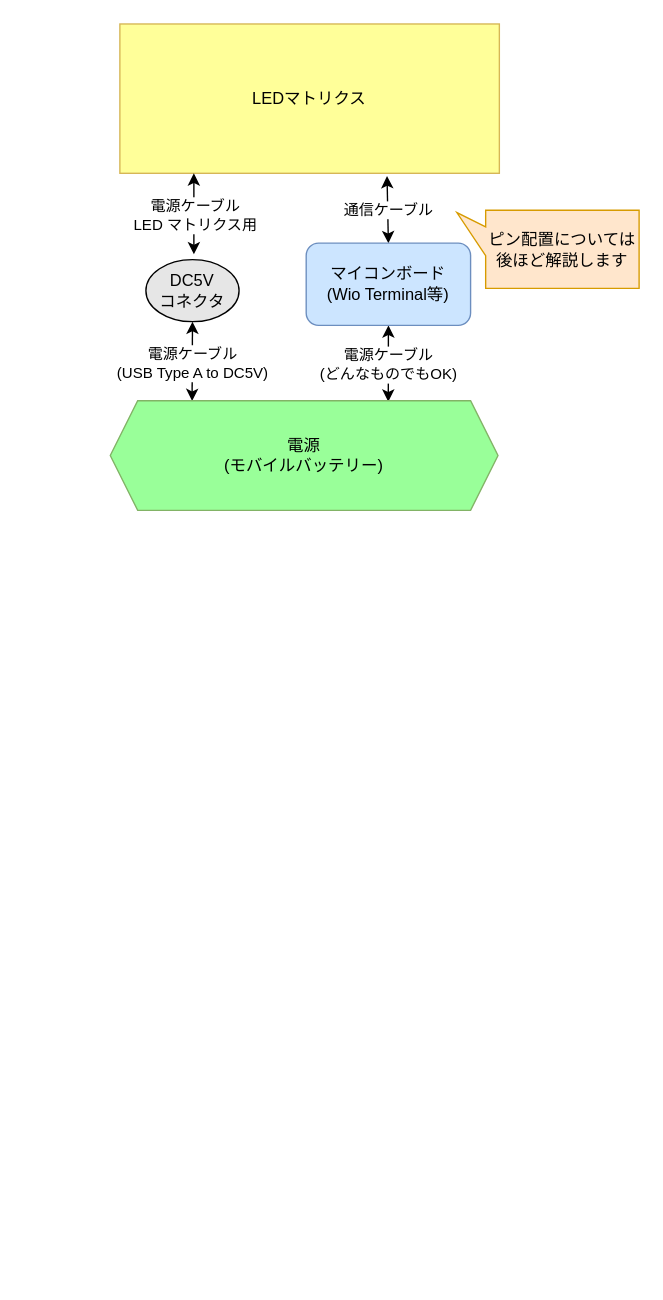
Before: 名称未設定ファイル.drawio in ehime-iyokan/DrawIO, a draw.io diagram. Source tidied: cells renumbered, new cells numbered last; positions are measured from the earlier drawing's top-left corner, leaving out a move shared by most shapes. Both pictures are drawn from the tidied source at 137%, with x=0, y=0 at pixel (110, 23).
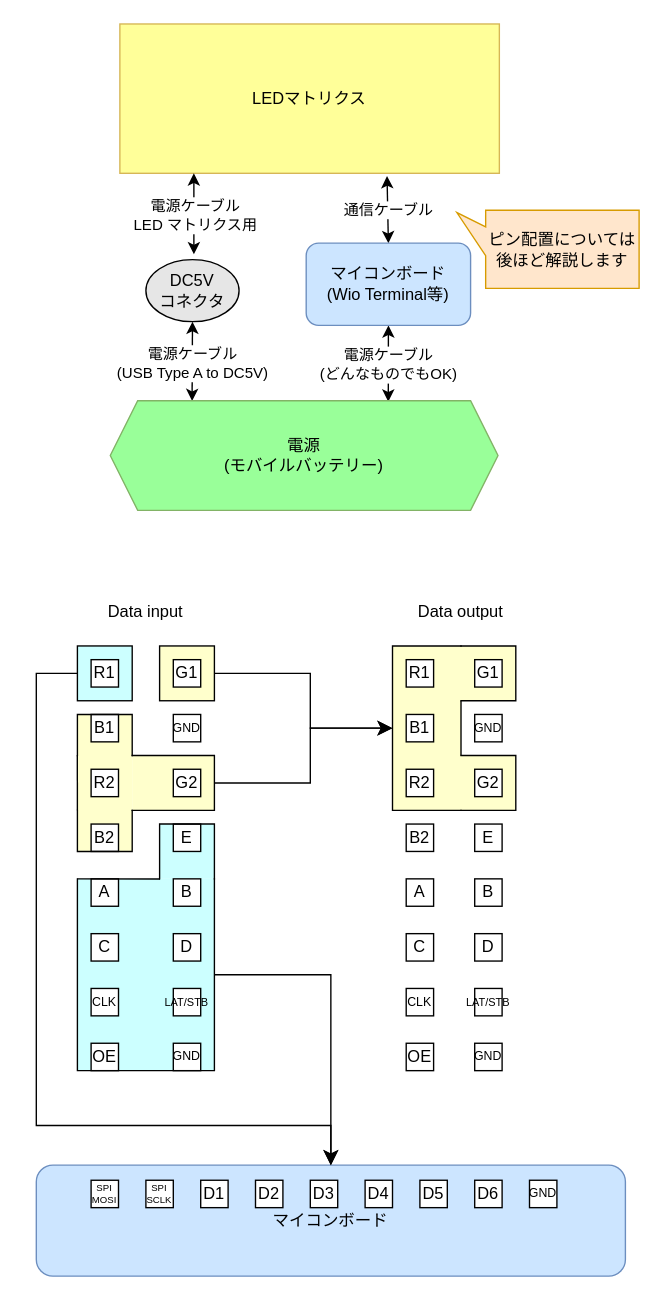
Above is the later version.

Commit message:
ピン配置図を追加

Change to the diagram source:
```diff
@@
+    <mxCell id="15" style="rounded=0;whiteSpace=wrap;html=1;fillColor=#FFFFCC;strokeColor=none;" parent="1" vertex="1">
+      <mxGeometry x="246" y="454" width="50" height="40" as="geometry" />
+    </mxCell>
+    <mxCell id="16" style="rounded=0;whiteSpace=wrap;html=1;fillColor=#FFFFCC;strokeColor=none;" parent="1" vertex="1">
+      <mxGeometry x="246" y="534" width="50" height="40" as="geometry" />
+    </mxCell>
+    <mxCell id="17" style="rounded=0;whiteSpace=wrap;html=1;fillColor=#FFFFCC;strokeColor=none;" parent="1" vertex="1">
+      <mxGeometry x="16" y="534" width="60" height="40" as="geometry" />
+    </mxCell>
+    <mxCell id="18" style="rounded=0;whiteSpace=wrap;html=1;fillColor=#FFFFCC;strokeColor=default;" parent="1" vertex="1">
+      <mxGeometry x="36" y="454" width="40" height="40" as="geometry" />
+    </mxCell>
+    <mxCell id="19" style="rounded=0;whiteSpace=wrap;html=1;fillColor=#FFFFCC;strokeColor=none;" parent="1" vertex="1">
+      <mxGeometry x="-24" y="504" width="40" height="100" as="geometry" />
+    </mxCell>
+    <mxCell id="20" style="rounded=0;whiteSpace=wrap;html=1;fillColor=#CCFFFF;strokeColor=none;" parent="1" vertex="1">
+      <mxGeometry x="36" y="584" width="40" height="40" as="geometry" />
+    </mxCell>
+    <mxCell id="21" style="rounded=0;whiteSpace=wrap;html=1;fillColor=#FFFFCC;strokeColor=none;" parent="1" vertex="1">
+      <mxGeometry x="206" y="454" width="50" height="120" as="geometry" />
+    </mxCell>
+    <mxCell id="22" style="rounded=0;whiteSpace=wrap;html=1;fillColor=#CCFFFF;strokeColor=none;" parent="1" vertex="1">
+      <mxGeometry x="-24" y="624" width="100" height="140" as="geometry" />
+    </mxCell>
+    <mxCell id="23" style="rounded=0;whiteSpace=wrap;html=1;fillColor=#CCFFFF;strokeColor=default;" parent="1" vertex="1">
+      <mxGeometry x="-24" y="454" width="40" height="40" as="geometry" />
+    </mxCell>
+    <mxCell id="24" value="マイコンボード" style="rounded=1;whiteSpace=wrap;html=1;fillColor=#CCE5FF;strokeColor=#6c8ebf;" parent="1" vertex="1">
+      <mxGeometry x="-54" y="833" width="430" height="81" as="geometry" />
+    </mxCell>
@@
+    <mxCell id="25" value="G1" style="rounded=0;whiteSpace=wrap;html=1;" parent="1" vertex="1">
+      <mxGeometry x="46" y="464" width="20" height="20" as="geometry" />
+    </mxCell>
+    <mxCell id="26" value="R1" style="rounded=0;whiteSpace=wrap;html=1;" parent="1" vertex="1">
+      <mxGeometry x="-14" y="464" width="20" height="20" as="geometry" />
+    </mxCell>
+    <mxCell id="27" value="GND" style="rounded=0;whiteSpace=wrap;html=1;fontSize=9;" parent="1" vertex="1">
+      <mxGeometry x="46" y="504" width="20" height="20" as="geometry" />
+    </mxCell>
+    <mxCell id="28" value="B1" style="rounded=0;whiteSpace=wrap;html=1;" parent="1" vertex="1">
+      <mxGeometry x="-14" y="504" width="20" height="20" as="geometry" />
+    </mxCell>
+    <mxCell id="29" value="G2" style="rounded=0;whiteSpace=wrap;html=1;" parent="1" vertex="1">
+      <mxGeometry x="46" y="544" width="20" height="20" as="geometry" />
+    </mxCell>
+    <mxCell id="30" value="R2" style="rounded=0;whiteSpace=wrap;html=1;" parent="1" vertex="1">
+      <mxGeometry x="-14" y="544" width="20" height="20" as="geometry" />
+    </mxCell>
+    <mxCell id="31" value="E" style="rounded=0;whiteSpace=wrap;html=1;" parent="1" vertex="1">
+      <mxGeometry x="46" y="584" width="20" height="20" as="geometry" />
+    </mxCell>
+    <mxCell id="32" value="B2" style="rounded=0;whiteSpace=wrap;html=1;" parent="1" vertex="1">
+      <mxGeometry x="-14" y="584" width="20" height="20" as="geometry" />
+    </mxCell>
+    <mxCell id="33" value="B" style="rounded=0;whiteSpace=wrap;html=1;" parent="1" vertex="1">
+      <mxGeometry x="46" y="624" width="20" height="20" as="geometry" />
+    </mxCell>
+    <mxCell id="34" value="A" style="rounded=0;whiteSpace=wrap;html=1;" parent="1" vertex="1">
+      <mxGeometry x="-14" y="624" width="20" height="20" as="geometry" />
+    </mxCell>
+    <mxCell id="35" value="D" style="rounded=0;whiteSpace=wrap;html=1;" parent="1" vertex="1">
+      <mxGeometry x="46" y="664" width="20" height="20" as="geometry" />
+    </mxCell>
+    <mxCell id="36" value="C" style="rounded=0;whiteSpace=wrap;html=1;" parent="1" vertex="1">
+      <mxGeometry x="-14" y="664" width="20" height="20" as="geometry" />
+    </mxCell>
+    <mxCell id="37" value="LAT/STB" style="rounded=0;whiteSpace=wrap;html=1;fontSize=8;" parent="1" vertex="1">
+      <mxGeometry x="46" y="704" width="20" height="20" as="geometry" />
+    </mxCell>
+    <mxCell id="38" value="CLK" style="rounded=0;whiteSpace=wrap;html=1;fontSize=9;" parent="1" vertex="1">
+      <mxGeometry x="-14" y="704" width="20" height="20" as="geometry" />
+    </mxCell>
+    <mxCell id="39" value="OE" style="rounded=0;whiteSpace=wrap;html=1;" parent="1" vertex="1">
+      <mxGeometry x="-14" y="744" width="20" height="20" as="geometry" />
+    </mxCell>
+    <mxCell id="40" value="Data input" style="whiteSpace=wrap;html=1;strokeColor=none;" parent="1" vertex="1">
+      <mxGeometry x="-34" y="414" width="120" height="30" as="geometry" />
+    </mxCell>
+    <mxCell id="41" value="Data output" style="whiteSpace=wrap;html=1;strokeColor=none;" parent="1" vertex="1">
+      <mxGeometry x="196" y="414" width="120" height="30" as="geometry" />
+    </mxCell>
+    <mxCell id="42" value="GND" style="rounded=0;whiteSpace=wrap;html=1;fontSize=9;" parent="1" vertex="1">
+      <mxGeometry x="46" y="744" width="20" height="20" as="geometry" />
+    </mxCell>
+    <mxCell id="43" value="D2" style="whiteSpace=wrap;html=1;" parent="1" vertex="1">
+      <mxGeometry x="106" y="844" width="20" height="20" as="geometry" />
+    </mxCell>
+    <mxCell id="44" value="D3" style="whiteSpace=wrap;html=1;" parent="1" vertex="1">
+      <mxGeometry x="146" y="844" width="20" height="20" as="geometry" />
+    </mxCell>
+    <mxCell id="45" value="D4" style="whiteSpace=wrap;html=1;" parent="1" vertex="1">
+      <mxGeometry x="186" y="844" width="20" height="20" as="geometry" />
+    </mxCell>
+    <mxCell id="46" value="D5" style="whiteSpace=wrap;html=1;" parent="1" vertex="1">
+      <mxGeometry x="226" y="844" width="20" height="20" as="geometry" />
+    </mxCell>
+    <mxCell id="47" value="D6" style="whiteSpace=wrap;html=1;" parent="1" vertex="1">
+      <mxGeometry x="266" y="844" width="20" height="20" as="geometry" />
+    </mxCell>
+    <mxCell id="48" value="D1" style="whiteSpace=wrap;html=1;" parent="1" vertex="1">
+      <mxGeometry x="66" y="844" width="20" height="20" as="geometry" />
+    </mxCell>
+    <mxCell id="49" value="&lt;div&gt;GND&lt;/div&gt;" style="whiteSpace=wrap;html=1;fontSize=9;" parent="1" vertex="1">
+      <mxGeometry x="306" y="844" width="20" height="20" as="geometry" />
+    </mxCell>
+    <mxCell id="50" value="&lt;div&gt;SPI&lt;/div&gt;&lt;div&gt;SCLK&lt;/div&gt;" style="whiteSpace=wrap;html=1;fontSize=7;" parent="1" vertex="1">
+      <mxGeometry x="26" y="844" width="20" height="20" as="geometry" />
+    </mxCell>
+    <mxCell id="51" value="&lt;div&gt;SPI&lt;/div&gt;&lt;div&gt;MOSI&lt;/div&gt;" style="whiteSpace=wrap;html=1;fontSize=7;" parent="1" vertex="1">
+      <mxGeometry x="-14" y="844" width="20" height="20" as="geometry" />
+    </mxCell>
+    <mxCell id="52" value="G1" style="rounded=0;whiteSpace=wrap;html=1;" parent="1" vertex="1">
+      <mxGeometry x="266" y="464" width="20" height="20" as="geometry" />
+    </mxCell>
+    <mxCell id="53" value="R1" style="rounded=0;whiteSpace=wrap;html=1;" parent="1" vertex="1">
+      <mxGeometry x="216" y="464" width="20" height="20" as="geometry" />
+    </mxCell>
+    <mxCell id="54" value="GND" style="rounded=0;whiteSpace=wrap;html=1;fontSize=9;" parent="1" vertex="1">
+      <mxGeometry x="266" y="504" width="20" height="20" as="geometry" />
+    </mxCell>
+    <mxCell id="55" value="B1" style="rounded=0;whiteSpace=wrap;html=1;" parent="1" vertex="1">
+      <mxGeometry x="216" y="504" width="20" height="20" as="geometry" />
+    </mxCell>
+    <mxCell id="56" value="G2" style="rounded=0;whiteSpace=wrap;html=1;" parent="1" vertex="1">
+      <mxGeometry x="266" y="544" width="20" height="20" as="geometry" />
+    </mxCell>
+    <mxCell id="57" value="R2" style="rounded=0;whiteSpace=wrap;html=1;" parent="1" vertex="1">
+      <mxGeometry x="216" y="544" width="20" height="20" as="geometry" />
+    </mxCell>
+    <mxCell id="58" value="E" style="rounded=0;whiteSpace=wrap;html=1;" parent="1" vertex="1">
+      <mxGeometry x="266" y="584" width="20" height="20" as="geometry" />
+    </mxCell>
+    <mxCell id="59" value="B2" style="rounded=0;whiteSpace=wrap;html=1;" parent="1" vertex="1">
+      <mxGeometry x="216" y="584" width="20" height="20" as="geometry" />
+    </mxCell>
+    <mxCell id="60" value="B" style="rounded=0;whiteSpace=wrap;html=1;" parent="1" vertex="1">
+      <mxGeometry x="266" y="624" width="20" height="20" as="geometry" />
+    </mxCell>
+    <mxCell id="61" value="A" style="rounded=0;whiteSpace=wrap;html=1;" parent="1" vertex="1">
+      <mxGeometry x="216" y="624" width="20" height="20" as="geometry" />
+    </mxCell>
+    <mxCell id="62" value="D" style="rounded=0;whiteSpace=wrap;html=1;" parent="1" vertex="1">
+      <mxGeometry x="266" y="664" width="20" height="20" as="geometry" />
+    </mxCell>
+    <mxCell id="63" value="C" style="rounded=0;whiteSpace=wrap;html=1;" parent="1" vertex="1">
+      <mxGeometry x="216" y="664" width="20" height="20" as="geometry" />
+    </mxCell>
+    <mxCell id="64" value="LAT/STB" style="rounded=0;whiteSpace=wrap;html=1;fontSize=8;" parent="1" vertex="1">
+      <mxGeometry x="266" y="704" width="20" height="20" as="geometry" />
+    </mxCell>
+    <mxCell id="65" value="CLK" style="rounded=0;whiteSpace=wrap;html=1;fontSize=9;" parent="1" vertex="1">
+      <mxGeometry x="216" y="704" width="20" height="20" as="geometry" />
+    </mxCell>
+    <mxCell id="66" value="OE" style="rounded=0;whiteSpace=wrap;html=1;" parent="1" vertex="1">
+      <mxGeometry x="216" y="744" width="20" height="20" as="geometry" />
+    </mxCell>
+    <mxCell id="67" value="GND" style="rounded=0;whiteSpace=wrap;html=1;fontSize=9;" parent="1" vertex="1">
+      <mxGeometry x="266" y="744" width="20" height="20" as="geometry" />
+    </mxCell>
+    <mxCell id="68" style="edgeStyle=orthogonalEdgeStyle;elbow=horizontal;endArrow=classic;html=1;rounded=0;endSize=8;startSize=8;exitX=0;exitY=0.5;exitDx=0;exitDy=0;entryX=0.5;entryY=0;entryDx=0;entryDy=0;" parent="1" edge="1" source="23" target="24">
+      <mxGeometry relative="1" as="geometry">
+        <Array as="points">
+          <mxPoint x="-54" y="474" />
+          <mxPoint x="-54" y="804" />
+          <mxPoint x="161" y="804" />
+        </Array>
+      </mxGeometry>
+    </mxCell>
+    <mxCell id="69" style="edgeStyle=orthogonalEdgeStyle;elbow=horizontal;endArrow=classic;html=1;rounded=0;endSize=8;startSize=8;exitX=1;exitY=0.5;exitDx=0;exitDy=0;entryX=0;entryY=0.5;entryDx=0;entryDy=0;" parent="1" edge="1" source="18" target="21">
+      <mxGeometry relative="1" as="geometry">
+        <Array as="points">
+          <mxPoint x="146" y="474" />
+          <mxPoint x="146" y="514" />
+        </Array>
+      </mxGeometry>
+    </mxCell>
+    <mxCell id="70" style="edgeStyle=orthogonalEdgeStyle;elbow=horizontal;endArrow=classic;html=1;rounded=0;endSize=8;startSize=8;exitX=1;exitY=0.5;exitDx=0;exitDy=0;entryX=0;entryY=0.5;entryDx=0;entryDy=0;" parent="1" edge="1" source="17" target="21">
+      <mxGeometry relative="1" as="geometry">
+        <Array as="points">
+          <mxPoint x="146" y="554" />
+          <mxPoint x="146" y="514" />
+        </Array>
+      </mxGeometry>
+    </mxCell>
+    <mxCell id="71" style="edgeStyle=orthogonalEdgeStyle;elbow=horizontal;endArrow=classic;html=1;rounded=0;endSize=8;startSize=8;exitX=1;exitY=0.5;exitDx=0;exitDy=0;entryX=0.5;entryY=0;entryDx=0;entryDy=0;" parent="1" edge="1" source="22" target="24">
+      <mxGeometry relative="1" as="geometry">
+        <Array as="points">
+          <mxPoint x="161" y="694" />
+        </Array>
+      </mxGeometry>
+    </mxCell>
+    <mxCell id="72" style="shape=partialRectangle;whiteSpace=wrap;html=1;bottom=1;right=1;left=1;top=0;fillColor=none;routingCenterX=-0.5;" parent="1" vertex="1">
+      <mxGeometry x="-24" y="574" width="40" height="30" as="geometry" />
+    </mxCell>
+    <mxCell id="73" style="shape=partialRectangle;whiteSpace=wrap;html=1;bottom=1;right=1;left=1;top=0;fillColor=none;routingCenterX=-0.5;direction=west;" parent="1" vertex="1">
+      <mxGeometry x="-24" y="504" width="40" height="30" as="geometry" />
+    </mxCell>
+    <mxCell id="74" style="shape=partialRectangle;whiteSpace=wrap;html=1;bottom=1;right=1;left=1;top=0;fillColor=none;routingCenterX=-0.5;direction=north;" parent="1" vertex="1">
+      <mxGeometry x="16" y="534" width="60" height="40" as="geometry" />
+    </mxCell>
+    <mxCell id="75" style="shape=partialRectangle;whiteSpace=wrap;html=1;bottom=1;right=1;left=1;top=0;fillColor=none;routingCenterX=-0.5;direction=west;" parent="1" vertex="1">
+      <mxGeometry x="36" y="584" width="40" height="40" as="geometry" />
+    </mxCell>
+    <mxCell id="76" style="shape=partialRectangle;whiteSpace=wrap;html=1;bottom=1;right=1;left=1;top=0;fillColor=none;routingCenterX=-0.5;direction=east;" parent="1" vertex="1">
+      <mxGeometry x="-24" y="624" width="100" height="140" as="geometry" />
+    </mxCell>
+    <mxCell id="77" style="endArrow=none;html=1;rounded=0;entryX=-0.002;entryY=0.298;entryDx=0;entryDy=0;entryPerimeter=0;exitX=0;exitY=0;exitDx=0;exitDy=0;" parent="1" edge="1" source="72" target="19">
+      <mxGeometry relative="1" as="geometry" />
+    </mxCell>
+    <mxCell id="78" style="endArrow=none;html=1;rounded=0;exitX=0.603;exitY=0.001;exitDx=0;exitDy=0;exitPerimeter=0;entryX=0;entryY=0;entryDx=0;entryDy=0;" parent="1" edge="1" source="76" target="76">
+      <mxGeometry relative="1" as="geometry" />
+    </mxCell>
+    <mxCell id="79" style="shape=partialRectangle;whiteSpace=wrap;html=1;bottom=1;right=1;left=1;top=0;fillColor=none;routingCenterX=-0.5;direction=north;" parent="1" vertex="1">
+      <mxGeometry x="256" y="454" width="40" height="40" as="geometry" />
+    </mxCell>
+    <mxCell id="80" style="shape=partialRectangle;whiteSpace=wrap;html=1;bottom=1;right=1;left=1;top=0;fillColor=none;routingCenterX=-0.5;direction=south;" parent="1" vertex="1">
+      <mxGeometry x="206" y="454" width="50" height="120" as="geometry" />
+    </mxCell>
+    <mxCell id="81" style="endArrow=none;html=1;rounded=0;entryX=0;entryY=0;entryDx=0;entryDy=0;exitX=1;exitY=0;exitDx=0;exitDy=0;" parent="1" edge="1" source="82" target="79">
+      <mxGeometry relative="1" as="geometry" />
+    </mxCell>
+    <mxCell id="82" style="shape=partialRectangle;whiteSpace=wrap;html=1;bottom=1;right=1;left=1;top=0;fillColor=none;routingCenterX=-0.5;direction=north;" parent="1" vertex="1">
+      <mxGeometry x="256" y="534" width="40" height="40" as="geometry" />
+    </mxCell>
```
